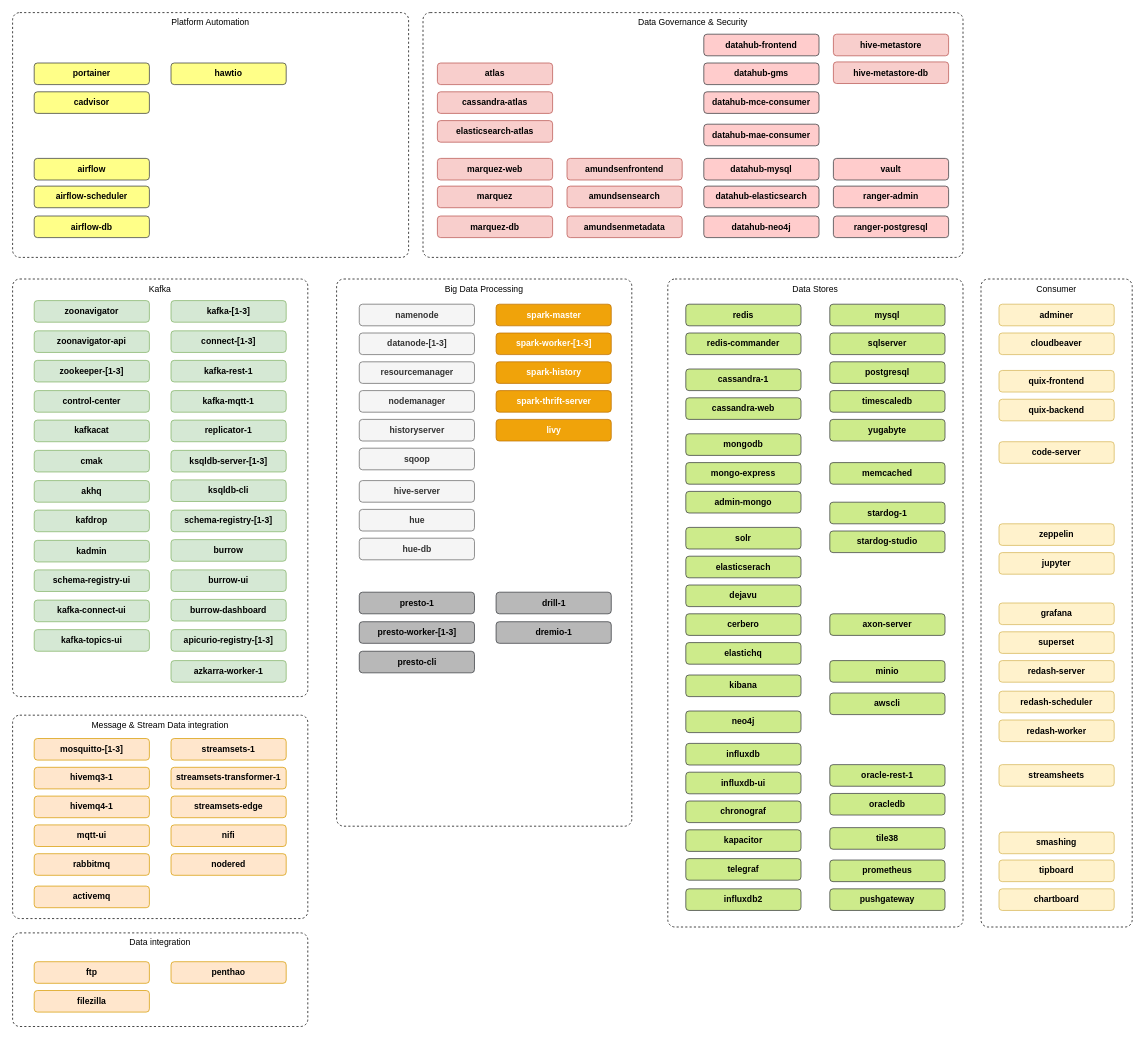
Before: page "Services" (1 of 4) of documentation/drawio/modern-data-platform.drawio in TrivadisPF/platys-modern-data-platform, a draw.io diagram. Source tidied: cells renumbered, new cells numbered last; positions are measured from the earlier drawing's top-left corner, leaving out a move shared by most shapes. Both pictures are drawn from the tidied source at 72%, with x=0, y=0 at pixel (12, 12).
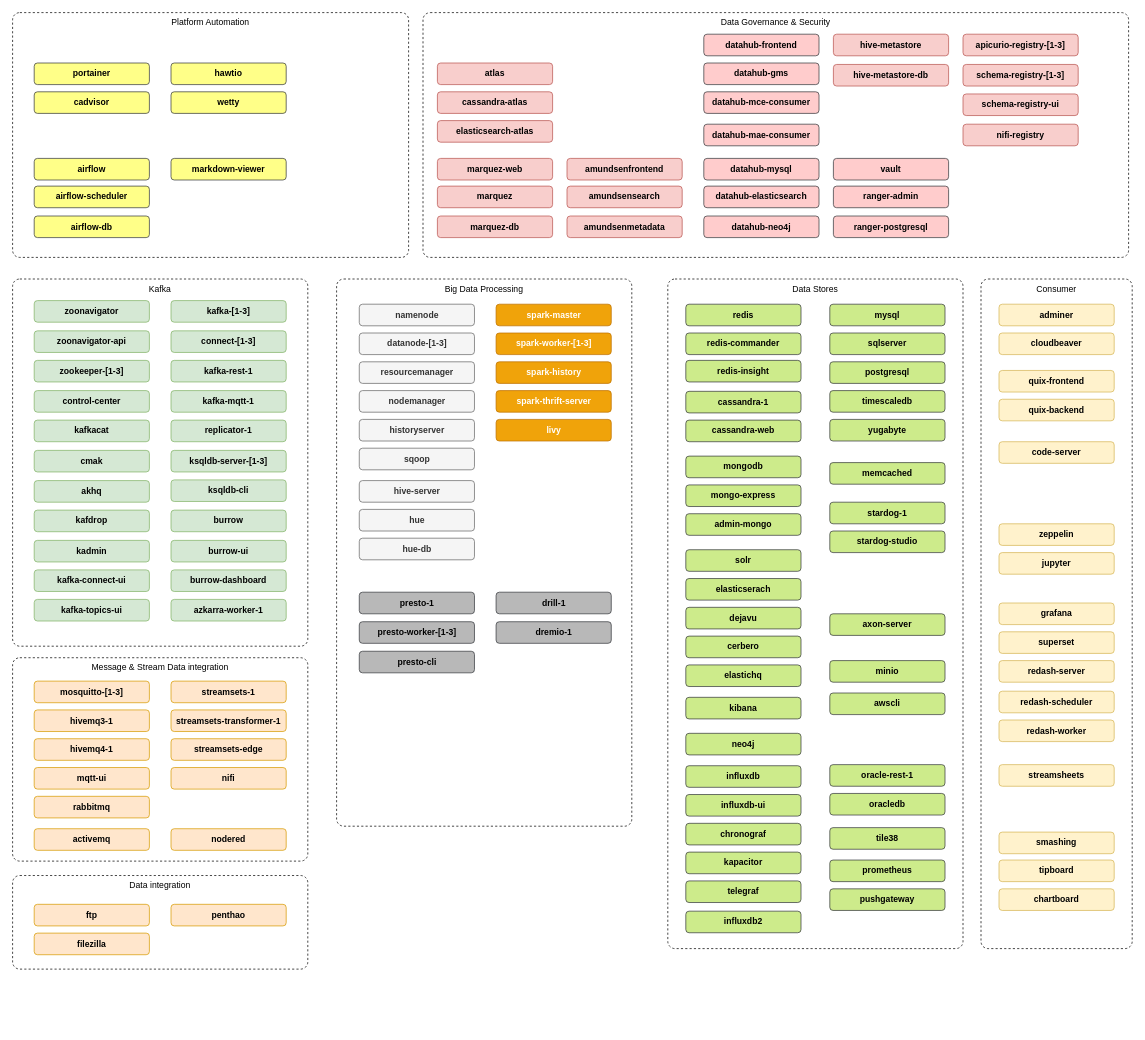
Above is the later version.

Diff of the diagram source:
```diff
@@
     <mxCell id="2" value="Kafka" style="rounded=1;whiteSpace=wrap;html=1;labelBackgroundColor=none;strokeColor=#000000;strokeWidth=1;fillColor=none;fontColor=#000000;arcSize=20;absoluteArcSize=1;dashed=1;align=center;horizontal=1;verticalAlign=top;" parent="1" vertex="1">
-      <mxGeometry y="370" width="410" height="580" as="geometry" />
+      <mxGeometry y="370" width="410" height="510" as="geometry" />
     </mxCell>
     <mxCell id="3" value="Consumer" style="rounded=1;whiteSpace=wrap;html=1;labelBackgroundColor=none;strokeColor=#000000;strokeWidth=1;fillColor=none;fontColor=#000000;arcSize=20;absoluteArcSize=1;dashed=1;align=center;horizontal=1;verticalAlign=top;" parent="1" vertex="1">
-      <mxGeometry x="1345" y="370" width="210" height="900" as="geometry" />
+      <mxGeometry x="1345" y="370" width="210" height="930" as="geometry" />
     </mxCell>
@@
     <mxCell id="6" value="Data Stores" style="rounded=1;whiteSpace=wrap;html=1;labelBackgroundColor=none;strokeColor=#000000;strokeWidth=1;fillColor=none;fontColor=#000000;arcSize=20;absoluteArcSize=1;dashed=1;align=center;horizontal=1;verticalAlign=top;" parent="1" vertex="1">
-      <mxGeometry x="910" y="370" width="410" height="900" as="geometry" />
+      <mxGeometry x="910" y="370" width="410" height="930" as="geometry" />
     </mxCell>
     <mxCell id="7" value="Data Governance &amp;amp; Security" style="rounded=1;whiteSpace=wrap;html=1;labelBackgroundColor=none;strokeColor=#000000;strokeWidth=1;fillColor=none;fontColor=#000000;arcSize=20;absoluteArcSize=1;dashed=1;align=center;horizontal=1;verticalAlign=top;" parent="1" vertex="1">
-      <mxGeometry x="570" width="750" height="340" as="geometry" />
+      <mxGeometry x="570" width="980" height="340" as="geometry" />
     </mxCell>
     <mxCell id="8" value="Data integration" style="rounded=1;whiteSpace=wrap;html=1;labelBackgroundColor=none;strokeColor=#000000;strokeWidth=1;fillColor=none;fontColor=#000000;arcSize=20;absoluteArcSize=1;dashed=1;align=center;horizontal=1;verticalAlign=top;" parent="1" vertex="1">
-      <mxGeometry y="1278.2" width="410" height="130" as="geometry" />
+      <mxGeometry y="1198.5" width="410" height="130" as="geometry" />
     </mxCell>
     <mxCell id="9" value="Message &amp;amp; Stream Data integration" style="rounded=1;whiteSpace=wrap;html=1;labelBackgroundColor=none;strokeColor=#000000;strokeWidth=1;fillColor=none;fontColor=#000000;arcSize=20;absoluteArcSize=1;dashed=1;align=center;horizontal=1;verticalAlign=top;" parent="1" vertex="1">
-      <mxGeometry y="975.8" width="410" height="282.5" as="geometry" />
+      <mxGeometry y="896" width="410" height="282.5" as="geometry" />
     </mxCell>
@@
-    <mxCell id="16" value="&lt;span&gt;schema-registry-[1-3]&lt;/span&gt;" style="rounded=1;whiteSpace=wrap;html=1;fillColor=#d5e8d4;strokeColor=#82b366;fontStyle=1;" parent="1" vertex="1">
-      <mxGeometry x="220" y="691" width="160" height="30" as="geometry" />
+    <mxCell id="16" value="&lt;span&gt;schema-registry-[1-3]&lt;/span&gt;" style="rounded=1;whiteSpace=wrap;html=1;fillColor=#f8cecc;strokeColor=#b85450;fontStyle=1;" parent="1" vertex="1">
+      <mxGeometry x="1320" y="72" width="160" height="30" as="geometry" />
     </mxCell>
@@
-    <mxCell id="23" value="&lt;span&gt;schema-registry-ui&lt;/span&gt;" style="rounded=1;whiteSpace=wrap;html=1;fillColor=#d5e8d4;strokeColor=#82b366;fontStyle=1;" parent="1" vertex="1">
-      <mxGeometry x="30" y="774" width="160" height="30" as="geometry" />
+    <mxCell id="23" value="&lt;span&gt;schema-registry-ui&lt;/span&gt;" style="rounded=1;whiteSpace=wrap;html=1;fillColor=#f8cecc;strokeColor=#b85450;fontStyle=1;" parent="1" vertex="1">
+      <mxGeometry x="1320" y="113" width="160" height="30" as="geometry" />
     </mxCell>
     <mxCell id="24" value="&lt;span&gt;kafka-connect-ui&lt;/span&gt;" style="rounded=1;whiteSpace=wrap;html=1;fillColor=#d5e8d4;strokeColor=#82b366;fontStyle=1;" parent="1" vertex="1">
-      <mxGeometry x="30" y="816" width="160" height="30" as="geometry" />
+      <mxGeometry x="30" y="774" width="160" height="30" as="geometry" />
     </mxCell>
@@
     <mxCell id="29" value="&lt;span&gt;burrow&lt;/span&gt;" style="rounded=1;whiteSpace=wrap;html=1;fillColor=#d5e8d4;strokeColor=#82b366;fontStyle=1;" parent="1" vertex="1">
-      <mxGeometry x="220" y="732" width="160" height="30" as="geometry" />
+      <mxGeometry x="220" y="691" width="160" height="30" as="geometry" />
     </mxCell>
     <mxCell id="30" value="&lt;span&gt;burrow-ui&lt;/span&gt;" style="rounded=1;whiteSpace=wrap;html=1;fillColor=#d5e8d4;strokeColor=#82b366;fontStyle=1;" parent="1" vertex="1">
-      <mxGeometry x="220" y="774" width="160" height="30" as="geometry" />
+      <mxGeometry x="220" y="733" width="160" height="30" as="geometry" />
     </mxCell>
     <mxCell id="31" value="&lt;span&gt;burrow-dashboard&lt;/span&gt;" style="rounded=1;whiteSpace=wrap;html=1;fillColor=#d5e8d4;strokeColor=#82b366;fontStyle=1;" parent="1" vertex="1">
-      <mxGeometry x="220" y="815" width="160" height="30" as="geometry" />
+      <mxGeometry x="220" y="774" width="160" height="30" as="geometry" />
     </mxCell>
@@
     <mxCell id="51" value="&lt;span&gt;streamsets-1&lt;/span&gt;" style="rounded=1;whiteSpace=wrap;html=1;fillColor=#ffe6cc;strokeColor=#d79b00;fontStyle=1;" parent="1" vertex="1">
-      <mxGeometry x="220" y="1008.2" width="160" height="30" as="geometry" />
+      <mxGeometry x="220" y="928.5" width="160" height="30" as="geometry" />
     </mxCell>
     <mxCell id="52" value="&lt;span&gt;streamsets-transformer-1&lt;/span&gt;" style="rounded=1;whiteSpace=wrap;html=1;fillColor=#ffe6cc;strokeColor=#d79b00;fontStyle=1;" parent="1" vertex="1">
-      <mxGeometry x="220" y="1048.2" width="160" height="30" as="geometry" />
+      <mxGeometry x="220" y="968.5" width="160" height="30" as="geometry" />
     </mxCell>
     <mxCell id="53" value="&lt;span&gt;streamsets-edge&lt;/span&gt;" style="rounded=1;whiteSpace=wrap;html=1;fillColor=#ffe6cc;strokeColor=#d79b00;fontStyle=1;" parent="1" vertex="1">
-      <mxGeometry x="220" y="1088.2" width="160" height="30" as="geometry" />
+      <mxGeometry x="220" y="1008.5" width="160" height="30" as="geometry" />
     </mxCell>
     <mxCell id="54" value="&lt;span&gt;nifi&lt;/span&gt;" style="rounded=1;whiteSpace=wrap;html=1;fillColor=#ffe6cc;strokeColor=#d79b00;fontStyle=1;" parent="1" vertex="1">
-      <mxGeometry x="220" y="1128.2" width="160" height="30" as="geometry" />
+      <mxGeometry x="220" y="1048.5" width="160" height="30" as="geometry" />
     </mxCell>
-    <mxCell id="55" value="&lt;span&gt;nodered&lt;/span&gt;" style="rounded=1;whiteSpace=wrap;html=1;fillColor=#ffe6cc;strokeColor=#d79b00;fontStyle=1;" parent="1" vertex="1">
-      <mxGeometry x="220" y="1168.2" width="160" height="30" as="geometry" />
+    <mxCell id="55" value="&lt;span&gt;nifi-registry&lt;/span&gt;" style="rounded=1;whiteSpace=wrap;html=1;fillColor=#f8cecc;strokeColor=#b85450;fontStyle=1;" parent="1" vertex="1">
+      <mxGeometry x="1320" y="155" width="160" height="30" as="geometry" />
     </mxCell>
@@
     <mxCell id="61" value="&lt;span&gt;cassandra-1&lt;/span&gt;" style="rounded=1;whiteSpace=wrap;html=1;fillColor=#cdeb8b;strokeColor=#36393d;fontStyle=1;" parent="1" vertex="1">
-      <mxGeometry x="935" y="495" width="160" height="30" as="geometry" />
+      <mxGeometry x="935" y="526" width="160" height="30" as="geometry" />
     </mxCell>
     <mxCell id="62" value="&lt;span&gt;cassandra-web&lt;/span&gt;" style="rounded=1;whiteSpace=wrap;html=1;fillColor=#cdeb8b;strokeColor=#36393d;fontStyle=1;" parent="1" vertex="1">
-      <mxGeometry x="935" y="535" width="160" height="30" as="geometry" />
+      <mxGeometry x="935" y="566" width="160" height="30" as="geometry" />
     </mxCell>
     <mxCell id="63" value="&lt;span&gt;mongodb&lt;/span&gt;" style="rounded=1;whiteSpace=wrap;html=1;fillColor=#cdeb8b;strokeColor=#36393d;fontStyle=1;" parent="1" vertex="1">
-      <mxGeometry x="935" y="585" width="160" height="30" as="geometry" />
+      <mxGeometry x="935" y="616" width="160" height="30" as="geometry" />
     </mxCell>
     <mxCell id="64" value="&lt;span&gt;mongo-express&lt;/span&gt;" style="rounded=1;whiteSpace=wrap;html=1;fillColor=#cdeb8b;strokeColor=#36393d;fontStyle=1;" parent="1" vertex="1">
-      <mxGeometry x="935" y="625" width="160" height="30" as="geometry" />
+      <mxGeometry x="935" y="656" width="160" height="30" as="geometry" />
     </mxCell>
     <mxCell id="65" value="&lt;span&gt;admin-mongo&lt;/span&gt;" style="rounded=1;whiteSpace=wrap;html=1;fillColor=#cdeb8b;strokeColor=#36393d;fontStyle=1;" parent="1" vertex="1">
-      <mxGeometry x="935" y="665" width="160" height="30" as="geometry" />
+      <mxGeometry x="935" y="696" width="160" height="30" as="geometry" />
     </mxCell>
     <mxCell id="66" value="&lt;span&gt;solr&lt;/span&gt;" style="rounded=1;whiteSpace=wrap;html=1;fillColor=#cdeb8b;strokeColor=#36393d;fontStyle=1;" parent="1" vertex="1">
-      <mxGeometry x="935" y="715" width="160" height="30" as="geometry" />
+      <mxGeometry x="935" y="746" width="160" height="30" as="geometry" />
     </mxCell>
     <mxCell id="67" value="&lt;span&gt;elasticserach&lt;/span&gt;" style="rounded=1;whiteSpace=wrap;html=1;fillColor=#cdeb8b;strokeColor=#36393d;fontStyle=1;" parent="1" vertex="1">
-      <mxGeometry x="935" y="755" width="160" height="30" as="geometry" />
+      <mxGeometry x="935" y="786" width="160" height="30" as="geometry" />
     </mxCell>
     <mxCell id="68" value="&lt;span&gt;dejavu&lt;/span&gt;" style="rounded=1;whiteSpace=wrap;html=1;fillColor=#cdeb8b;strokeColor=#36393d;fontStyle=1;" parent="1" vertex="1">
-      <mxGeometry x="935" y="795" width="160" height="30" as="geometry" />
+      <mxGeometry x="935" y="826" width="160" height="30" as="geometry" />
     </mxCell>
     <mxCell id="69" value="&lt;span&gt;cerbero&lt;/span&gt;" style="rounded=1;whiteSpace=wrap;html=1;fillColor=#cdeb8b;strokeColor=#36393d;fontStyle=1;" parent="1" vertex="1">
-      <mxGeometry x="935" y="835" width="160" height="30" as="geometry" />
+      <mxGeometry x="935" y="866" width="160" height="30" as="geometry" />
     </mxCell>
     <mxCell id="70" value="&lt;span&gt;elastichq&lt;/span&gt;" style="rounded=1;whiteSpace=wrap;html=1;fillColor=#cdeb8b;strokeColor=#36393d;fontStyle=1;" parent="1" vertex="1">
-      <mxGeometry x="935" y="875" width="160" height="30" as="geometry" />
+      <mxGeometry x="935" y="906" width="160" height="30" as="geometry" />
     </mxCell>
     <mxCell id="71" value="&lt;span&gt;kibana&lt;/span&gt;" style="rounded=1;whiteSpace=wrap;html=1;fillColor=#cdeb8b;strokeColor=#36393d;fontStyle=1;" parent="1" vertex="1">
-      <mxGeometry x="935" y="920" width="160" height="30" as="geometry" />
+      <mxGeometry x="935" y="951" width="160" height="30" as="geometry" />
     </mxCell>
     <mxCell id="72" value="&lt;span&gt;neo4j&lt;/span&gt;" style="rounded=1;whiteSpace=wrap;html=1;fillColor=#cdeb8b;strokeColor=#36393d;fontStyle=1;" parent="1" vertex="1">
-      <mxGeometry x="935" y="970" width="160" height="30" as="geometry" />
+      <mxGeometry x="935" y="1001" width="160" height="30" as="geometry" />
     </mxCell>
     <mxCell id="73" value="&lt;span&gt;influxdb&lt;/span&gt;" style="rounded=1;whiteSpace=wrap;html=1;fillColor=#cdeb8b;strokeColor=#36393d;fontStyle=1;" parent="1" vertex="1">
-      <mxGeometry x="935" y="1015" width="160" height="30" as="geometry" />
+      <mxGeometry x="935" y="1046" width="160" height="30" as="geometry" />
     </mxCell>
     <mxCell id="74" value="&lt;span&gt;influxdb-ui&lt;/span&gt;" style="rounded=1;whiteSpace=wrap;html=1;fillColor=#cdeb8b;strokeColor=#36393d;fontStyle=1;" parent="1" vertex="1">
-      <mxGeometry x="935" y="1055" width="160" height="30" as="geometry" />
+      <mxGeometry x="935" y="1086" width="160" height="30" as="geometry" />
     </mxCell>
     <mxCell id="75" value="&lt;span&gt;chronograf&lt;/span&gt;" style="rounded=1;whiteSpace=wrap;html=1;fillColor=#cdeb8b;strokeColor=#36393d;fontStyle=1;" parent="1" vertex="1">
-      <mxGeometry x="935" y="1095" width="160" height="30" as="geometry" />
+      <mxGeometry x="935" y="1126" width="160" height="30" as="geometry" />
     </mxCell>
     <mxCell id="76" value="&lt;span&gt;kapacitor&lt;/span&gt;" style="rounded=1;whiteSpace=wrap;html=1;fillColor=#cdeb8b;strokeColor=#36393d;fontStyle=1;" parent="1" vertex="1">
-      <mxGeometry x="935" y="1135" width="160" height="30" as="geometry" />
+      <mxGeometry x="935" y="1166" width="160" height="30" as="geometry" />
     </mxCell>
     <mxCell id="77" value="&lt;span&gt;telegraf&lt;/span&gt;" style="rounded=1;whiteSpace=wrap;html=1;fillColor=#cdeb8b;strokeColor=#36393d;fontStyle=1;" parent="1" vertex="1">
-      <mxGeometry x="935" y="1175" width="160" height="30" as="geometry" />
+      <mxGeometry x="935" y="1206" width="160" height="30" as="geometry" />
     </mxCell>
     <mxCell id="78" value="&lt;span&gt;influxdb2&lt;/span&gt;" style="rounded=1;whiteSpace=wrap;html=1;fillColor=#cdeb8b;strokeColor=#36393d;fontStyle=1;" parent="1" vertex="1">
-      <mxGeometry x="935" y="1217" width="160" height="30" as="geometry" />
+      <mxGeometry x="935" y="1248" width="160" height="30" as="geometry" />
     </mxCell>
@@
     <mxCell id="88" value="&lt;span&gt;mosquitto-[1-3]&lt;/span&gt;" style="rounded=1;whiteSpace=wrap;html=1;fillColor=#ffe6cc;strokeColor=#d79b00;fontStyle=1;" parent="1" vertex="1">
-      <mxGeometry x="30" y="1008.2" width="160" height="30" as="geometry" />
+      <mxGeometry x="30" y="928.5" width="160" height="30" as="geometry" />
     </mxCell>
     <mxCell id="89" value="&lt;span&gt;hivemq3-1&lt;/span&gt;" style="rounded=1;whiteSpace=wrap;html=1;fillColor=#ffe6cc;strokeColor=#d79b00;fontStyle=1;" parent="1" vertex="1">
-      <mxGeometry x="30" y="1048.2" width="160" height="30" as="geometry" />
+      <mxGeometry x="30" y="968.5" width="160" height="30" as="geometry" />
     </mxCell>
     <mxCell id="90" value="&lt;span&gt;hivemq4-1&lt;/span&gt;" style="rounded=1;whiteSpace=wrap;html=1;fillColor=#ffe6cc;strokeColor=#d79b00;fontStyle=1;" parent="1" vertex="1">
-      <mxGeometry x="30" y="1088.2" width="160" height="30" as="geometry" />
+      <mxGeometry x="30" y="1008.5" width="160" height="30" as="geometry" />
     </mxCell>
     <mxCell id="91" value="&lt;span&gt;mqtt-ui&lt;/span&gt;" style="rounded=1;whiteSpace=wrap;html=1;fillColor=#ffe6cc;strokeColor=#d79b00;fontStyle=1;" parent="1" vertex="1">
-      <mxGeometry x="30" y="1128.2" width="160" height="30" as="geometry" />
+      <mxGeometry x="30" y="1048.5" width="160" height="30" as="geometry" />
     </mxCell>
     <mxCell id="92" value="&lt;span&gt;activemq&lt;/span&gt;" style="rounded=1;whiteSpace=wrap;html=1;fillColor=#ffe6cc;strokeColor=#d79b00;fontStyle=1;" parent="1" vertex="1">
-      <mxGeometry x="30" y="1213.2" width="160" height="30" as="geometry" />
+      <mxGeometry x="30" y="1133.5" width="160" height="30" as="geometry" />
     </mxCell>
     <mxCell id="93" value="&lt;span&gt;ftp&lt;/span&gt;" style="rounded=1;whiteSpace=wrap;html=1;fillColor=#ffe6cc;strokeColor=#d79b00;fontStyle=1;" parent="1" vertex="1">
-      <mxGeometry x="30" y="1318.2" width="160" height="30" as="geometry" />
+      <mxGeometry x="30" y="1238.5" width="160" height="30" as="geometry" />
     </mxCell>
     <mxCell id="94" value="&lt;span&gt;filezilla&lt;/span&gt;" style="rounded=1;whiteSpace=wrap;html=1;fillColor=#ffe6cc;strokeColor=#d79b00;fontStyle=1;" parent="1" vertex="1">
-      <mxGeometry x="30" y="1358.2" width="160" height="30" as="geometry" />
+      <mxGeometry x="30" y="1278.5" width="160" height="30" as="geometry" />
     </mxCell>
@@
     <mxCell id="118" value="&lt;span&gt;kafka-topics-ui&lt;/span&gt;" style="rounded=1;whiteSpace=wrap;html=1;fillColor=#d5e8d4;strokeColor=#82b366;fontStyle=1;" parent="1" vertex="1">
-      <mxGeometry x="30" y="857" width="160" height="30" as="geometry" />
+      <mxGeometry x="30" y="815" width="160" height="30" as="geometry" />
     </mxCell>
@@
     <mxCell id="123" value="&lt;span&gt;rabbitmq&lt;/span&gt;" style="rounded=1;whiteSpace=wrap;html=1;fillColor=#ffe6cc;strokeColor=#d79b00;fontStyle=1;" parent="1" vertex="1">
-      <mxGeometry x="30" y="1168.2" width="160" height="30" as="geometry" />
+      <mxGeometry x="30" y="1088.5" width="160" height="30" as="geometry" />
     </mxCell>
     <mxCell id="124" value="&lt;span&gt;penthao&lt;/span&gt;" style="rounded=1;whiteSpace=wrap;html=1;fillColor=#ffe6cc;strokeColor=#d79b00;fontStyle=1;" parent="1" vertex="1">
-      <mxGeometry x="220" y="1318.2" width="160" height="30" as="geometry" />
+      <mxGeometry x="220" y="1238.5" width="160" height="30" as="geometry" />
     </mxCell>
@@
     <mxCell id="128" value="&lt;span&gt;hive-metastore-db&lt;/span&gt;" style="rounded=1;whiteSpace=wrap;html=1;fillColor=#f8cecc;strokeColor=#b85450;fontStyle=1;" parent="1" vertex="1">
-      <mxGeometry x="1140" y="68.5" width="160" height="30" as="geometry" />
+      <mxGeometry x="1140" y="72" width="160" height="30" as="geometry" />
     </mxCell>
@@
-    <mxCell id="143" value="&lt;span&gt;apicurio-registry-[1-3]&lt;/span&gt;" style="rounded=1;whiteSpace=wrap;html=1;fillColor=#d5e8d4;strokeColor=#82b366;fontStyle=1;" parent="1" vertex="1">
-      <mxGeometry x="220" y="857" width="160" height="30" as="geometry" />
+    <mxCell id="143" value="&lt;span&gt;apicurio-registry-[1-3]&lt;/span&gt;" style="rounded=1;whiteSpace=wrap;html=1;fillColor=#f8cecc;strokeColor=#b85450;fontStyle=1;" parent="1" vertex="1">
+      <mxGeometry x="1320" y="30" width="160" height="30" as="geometry" />
     </mxCell>
     <mxCell id="144" value="&lt;span&gt;azkarra-worker-1&lt;/span&gt;" style="rounded=1;whiteSpace=wrap;html=1;fillColor=#d5e8d4;strokeColor=#82b366;fontStyle=1;" parent="1" vertex="1">
-      <mxGeometry x="220" y="900" width="160" height="30" as="geometry" />
+      <mxGeometry x="220" y="815" width="160" height="30" as="geometry" />
     </mxCell>
@@
+    <mxCell id="148" value="&lt;span&gt;redis-insight&lt;/span&gt;" style="rounded=1;whiteSpace=wrap;html=1;fillColor=#cdeb8b;strokeColor=#36393d;fontStyle=1;" parent="1" vertex="1">
+      <mxGeometry x="935" y="483" width="160" height="30" as="geometry" />
+    </mxCell>
+    <mxCell id="149" value="wetty" style="rounded=1;whiteSpace=wrap;html=1;fillColor=#ffff88;strokeColor=#36393d;fontStyle=1;" parent="1" vertex="1">
+      <mxGeometry x="220" y="110" width="160" height="30" as="geometry" />
+    </mxCell>
+    <mxCell id="150" value="markdown-viewer" style="rounded=1;whiteSpace=wrap;html=1;fillColor=#ffff88;strokeColor=#36393d;fontStyle=1;" parent="1" vertex="1">
+      <mxGeometry x="220" y="202.5" width="160" height="30" as="geometry" />
+    </mxCell>
+    <mxCell id="151" value="&lt;span&gt;nodered&lt;/span&gt;" style="rounded=1;whiteSpace=wrap;html=1;fillColor=#ffe6cc;strokeColor=#d79b00;fontStyle=1;" parent="1" vertex="1">
+      <mxGeometry x="220" y="1133.5" width="160" height="30" as="geometry" />
+    </mxCell>
```
